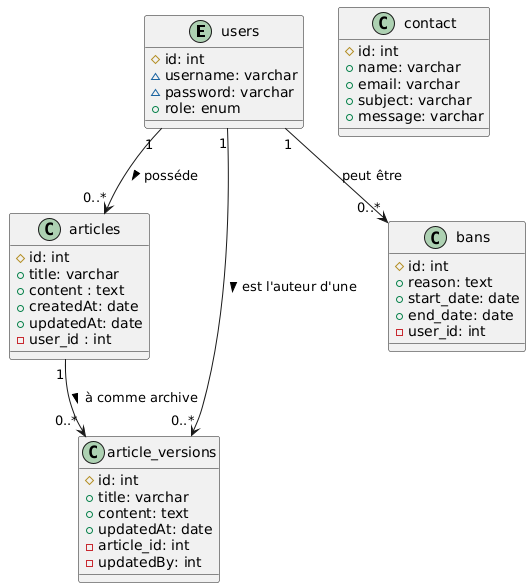
Earlier version of the PlantUML export documentation/Diagramme/SIOP1_DiagrammeClasse.png (TolMen/SIOP1_Wiki).
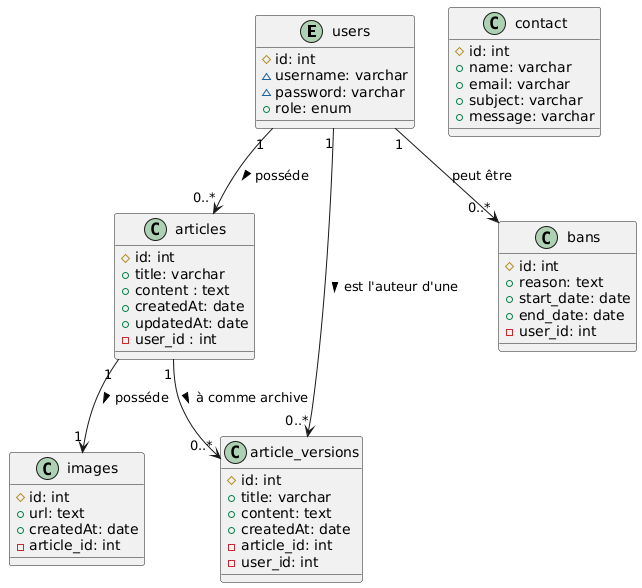
After the change.

Commit message:
Mise à jour du diagramme

The edit, as a diff of the source:
```diff
@@ -19,9 +19,16 @@
 #id: int
 +title: varchar
 +content: text
-+updatedAt: date
++createdAt: date
 -article_id: int
--updatedBy: int
+-user_id: int
+}
+
+class images {
+#id: int
++url: text
++createdAt: date
+-article_id: int
 }
 
 class bans {
@@ -45,4 +52,5 @@
 users "1" --> "0..*" article_versions : est l'auteur d'une >
 articles "1" --> "0..*" article_versions : à comme archive >
 users "1" --> "0..*" bans : peut être
+articles "1" --> "1" images : posséde >
 @enduml
```
